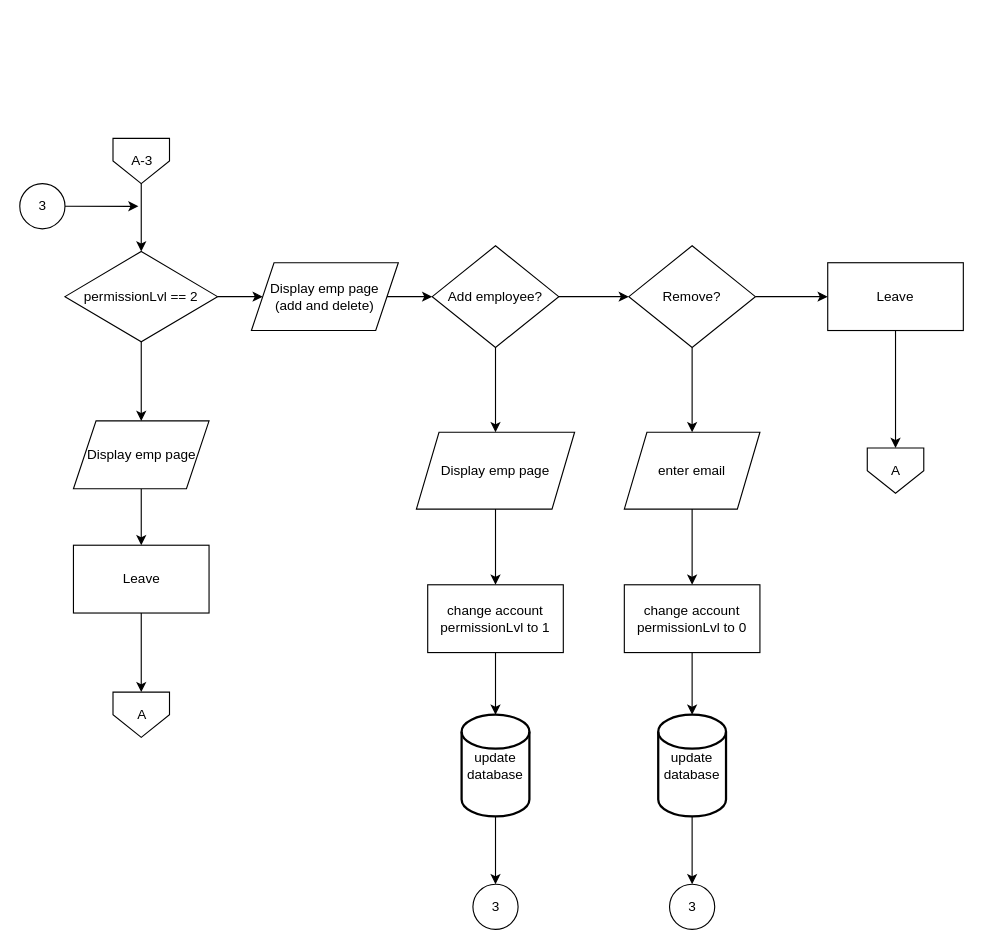
The draw.io diagram page "(A-3) Employee Page" (5 of 10) of Flowchart.drawio in justpaulmiguel/Web1Proj, before the edit. Source tidied: cells renumbered, new cells numbered last; positions are measured from the earlier drawing's top-left corner, leaving out a move shared by most shapes. Both pictures are drawn from the tidied source at 113%, with x=0, y=0 at pixel (19, 138).
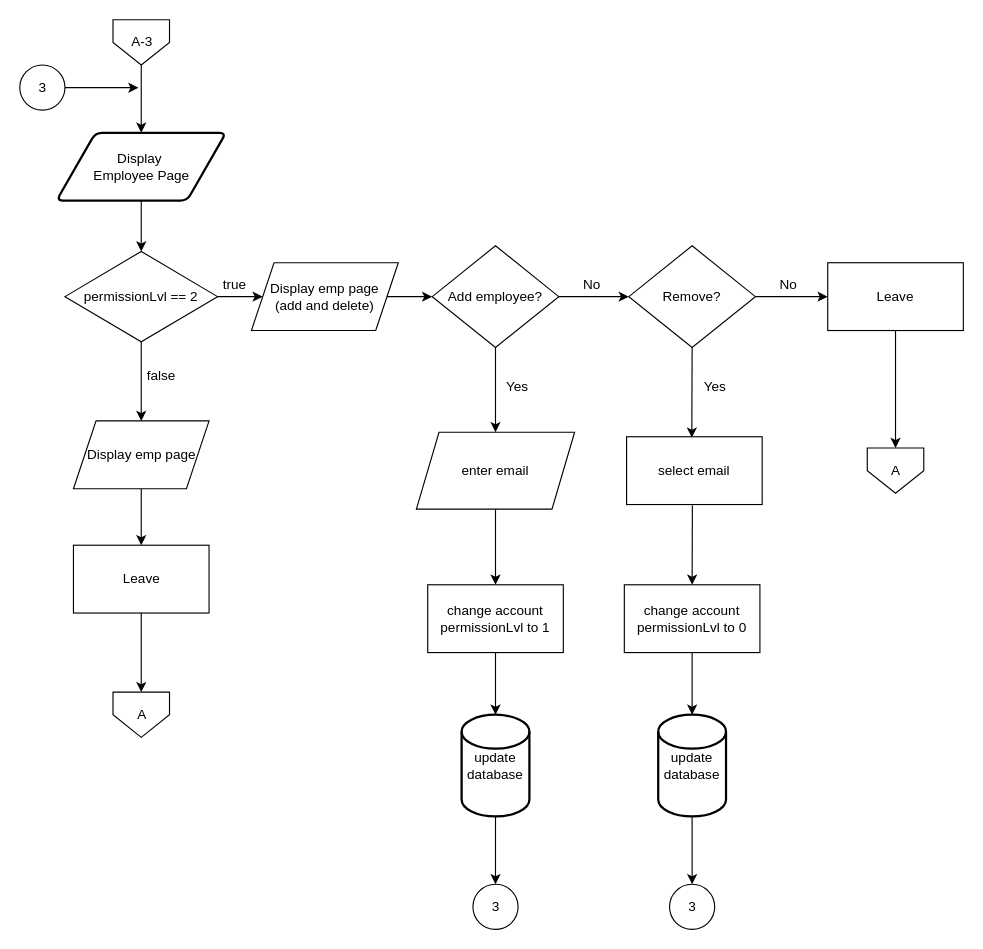
After the change.

Unchanged cells that the change refers to:
```xml
<mxCell id="5" value="permissionLvl == 2" style="rhombus;whiteSpace=wrap;html=1;" parent="1" vertex="1">
  <mxGeometry x="40" y="100" width="135" height="80" as="geometry" />
</mxCell>
<mxCell id="15" value="Remove?" style="rhombus;whiteSpace=wrap;html=1;" parent="1" vertex="1">
  <mxGeometry x="539" y="95" width="112" height="90" as="geometry" />
</mxCell>
<mxCell id="29" value="change account permissionLvl to 0" style="rounded=0;whiteSpace=wrap;html=1;" parent="1" vertex="1">
  <mxGeometry x="535" y="395" width="120" height="60" as="geometry" />
</mxCell>
```

Diff of the diagram source:
```diff
@@
-    <mxCell id="2" style="edgeStyle=none;html=1;exitX=0.5;exitY=1;exitDx=0;exitDy=0;entryX=0.5;entryY=0;entryDx=0;entryDy=0;" parent="1" edge="1" target="5">
-      <mxGeometry relative="1" as="geometry">
-        <mxPoint x="107.5" y="30" as="sourcePoint" />
-      </mxGeometry>
-    </mxCell>
@@
-    <mxCell id="13" style="edgeStyle=none;html=1;exitX=0.5;exitY=1;exitDx=0;exitDy=0;entryX=0.5;entryY=0;entryDx=0;entryDy=0;" parent="1" edge="1" source="15" target="24">
+    <mxCell id="13" style="edgeStyle=none;html=1;exitX=0.5;exitY=1;exitDx=0;exitDy=0;entryX=0.481;entryY=0.013;entryDx=0;entryDy=0;entryPerimeter=0;" parent="1" edge="1" source="15" target="45">
       <mxGeometry relative="1" as="geometry" />
     </mxCell>
@@
-    <mxCell id="22" value="Display emp page" style="shape=parallelogram;perimeter=parallelogramPerimeter;whiteSpace=wrap;html=1;fixedSize=1;" parent="1" vertex="1">
+    <mxCell id="22" value="enter email" style="shape=parallelogram;perimeter=parallelogramPerimeter;whiteSpace=wrap;html=1;fixedSize=1;" parent="1" vertex="1">
       <mxGeometry x="351" y="260" width="140" height="68" as="geometry" />
     </mxCell>
-    <mxCell id="23" style="edgeStyle=none;html=1;exitX=0.5;exitY=1;exitDx=0;exitDy=0;entryX=0.5;entryY=0;entryDx=0;entryDy=0;" parent="1" edge="1" source="24" target="29">
+    <mxCell id="23" style="edgeStyle=none;html=1;exitX=0.485;exitY=1.013;exitDx=0;exitDy=0;entryX=0.5;entryY=0;entryDx=0;entryDy=0;exitPerimeter=0;" parent="1" edge="1" source="45" target="29">
       <mxGeometry relative="1" as="geometry" />
     </mxCell>
-    <mxCell id="24" value="enter email" style="shape=parallelogram;perimeter=parallelogramPerimeter;whiteSpace=wrap;html=1;fixedSize=1;" parent="1" vertex="1">
-      <mxGeometry x="535" y="260" width="120" height="68" as="geometry" />
-    </mxCell>
@@
     <mxCell id="30" style="edgeStyle=none;html=1;exitX=1;exitY=0.5;exitDx=0;exitDy=0;exitPerimeter=0;" parent="1" edge="1" source="31">
       <mxGeometry relative="1" as="geometry">
-        <mxPoint x="105" y="60.1" as="targetPoint" />
+        <mxPoint x="105" y="-44.9" as="targetPoint" />
       </mxGeometry>
     </mxCell>
     <mxCell id="31" value="3" style="verticalLabelPosition=middle;verticalAlign=middle;html=1;shape=mxgraph.flowchart.on-page_reference;labelPosition=center;align=center;" parent="1" vertex="1">
-      <mxGeometry y="40" width="40" height="40" as="geometry" />
+      <mxGeometry y="-65" width="40" height="40" as="geometry" />
     </mxCell>
@@
+    <mxCell id="39" style="edgeStyle=none;html=1;exitX=0.5;exitY=1;exitDx=0;exitDy=0;entryX=0.5;entryY=0;entryDx=0;entryDy=0;" parent="1" edge="1" source="37" target="48">
+      <mxGeometry relative="1" as="geometry" />
+    </mxCell>
     <mxCell id="37" value="A-3" style="verticalLabelPosition=middle;verticalAlign=middle;html=1;shape=offPageConnector;rounded=0;size=0.5;labelPosition=center;align=center;" parent="1" vertex="1">
-      <mxGeometry x="82.5" width="50" height="40" as="geometry" />
+      <mxGeometry x="82.5" y="-105" width="50" height="40" as="geometry" />
     </mxCell>
@@
+    <mxCell id="40" value="false" style="text;html=1;align=center;verticalAlign=middle;strokeColor=none;fillColor=none;" parent="1" vertex="1">
+      <mxGeometry x="105" y="200" width="40" height="20" as="geometry" />
+    </mxCell>
+    <mxCell id="41" value="No" style="text;html=1;align=center;verticalAlign=middle;strokeColor=none;fillColor=none;" parent="1" vertex="1">
+      <mxGeometry x="491" y="120" width="30" height="20" as="geometry" />
+    </mxCell>
+    <mxCell id="42" value="No" style="text;html=1;align=center;verticalAlign=middle;strokeColor=none;fillColor=none;" parent="1" vertex="1">
+      <mxGeometry x="665" y="120" width="30" height="20" as="geometry" />
+    </mxCell>
+    <mxCell id="43" value="true" style="text;html=1;align=center;verticalAlign=middle;strokeColor=none;fillColor=none;" parent="1" vertex="1">
+      <mxGeometry x="170" y="120" width="40" height="20" as="geometry" />
+    </mxCell>
+    <mxCell id="44" value="Yes" style="text;html=1;align=center;verticalAlign=middle;strokeColor=none;fillColor=none;" parent="1" vertex="1">
+      <mxGeometry x="420" y="210" width="40" height="20" as="geometry" />
+    </mxCell>
+    <mxCell id="45" value="select email" style="rounded=0;whiteSpace=wrap;html=1;" parent="1" vertex="1">
+      <mxGeometry x="537" y="264" width="120" height="60" as="geometry" />
+    </mxCell>
+    <mxCell id="46" value="Yes" style="text;html=1;align=center;verticalAlign=middle;strokeColor=none;fillColor=none;" parent="1" vertex="1">
+      <mxGeometry x="595" y="210" width="40" height="20" as="geometry" />
+    </mxCell>
+    <mxCell id="47" style="edgeStyle=none;html=1;exitX=0.5;exitY=1;exitDx=0;exitDy=0;entryX=0.5;entryY=0;entryDx=0;entryDy=0;" parent="1" edge="1" source="48" target="5">
+      <mxGeometry relative="1" as="geometry" />
+    </mxCell>
+    <mxCell id="48" value="Display&amp;nbsp;&lt;br&gt;Employee Page" style="shape=parallelogram;html=1;strokeWidth=2;perimeter=parallelogramPerimeter;whiteSpace=wrap;rounded=1;arcSize=12;size=0.23;" parent="1" vertex="1">
+      <mxGeometry x="32.5" y="-5" width="150" height="60" as="geometry" />
+    </mxCell>
```
